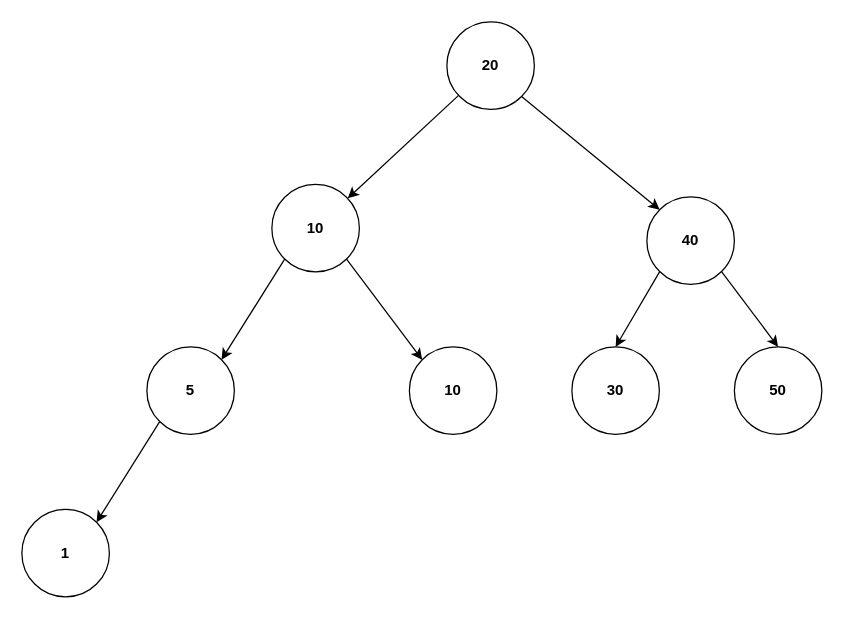
Above: PythonPrep/algoExpert/BST.drawio in kgicheha/CodingLeetcode (draw.io), before the change. Source tidied: cells renumbered, new cells numbered last; positions are measured from the earlier drawing's top-left corner, leaving out a move shared by most shapes. Both pictures are drawn from the tidied source at 125%, with x=0, y=0 at pixel (21, 21).
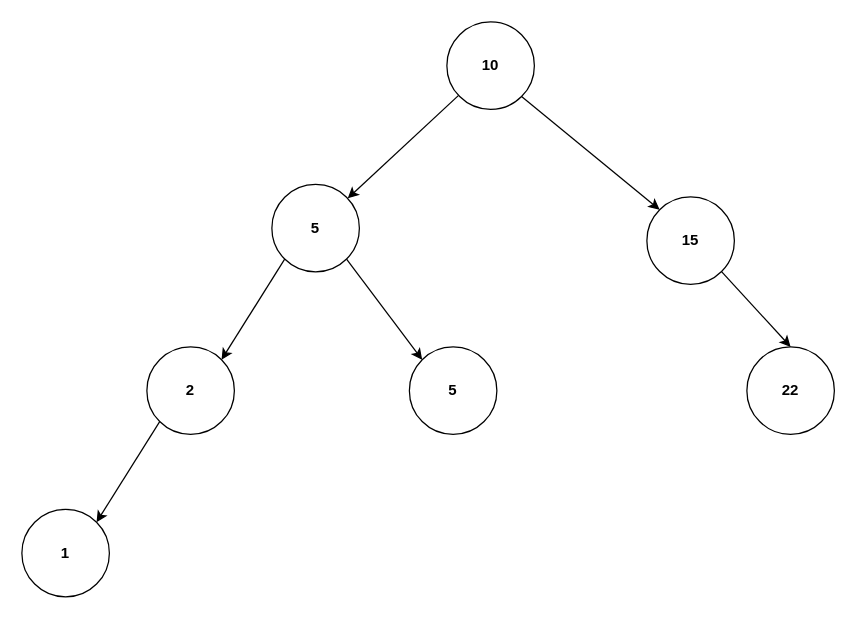
After the change.

What changed in the source:
```diff
@@
 <mxGraphModel>
   <root>
     <mxCell id="0" />
     <mxCell id="1" parent="0" />
     <mxCell id="2" style="edgeStyle=none;html=1;" parent="1" edge="1" source="4" target="7">
       <mxGeometry relative="1" as="geometry" />
     </mxCell>
     <mxCell id="3" style="edgeStyle=none;html=1;exitX=1;exitY=1;exitDx=0;exitDy=0;entryX=0;entryY=0;entryDx=0;entryDy=0;" parent="1" edge="1" source="4" target="14">
       <mxGeometry relative="1" as="geometry" />
     </mxCell>
-    <mxCell id="4" value="&lt;b&gt;20&lt;/b&gt;" style="ellipse;whiteSpace=wrap;html=1;" parent="1" vertex="1">
+    <mxCell id="4" value="&lt;b&gt;10&lt;/b&gt;" style="ellipse;whiteSpace=wrap;html=1;" parent="1" vertex="1">
       <mxGeometry x="340" width="70" height="70" as="geometry" />
     </mxCell>
     <mxCell id="5" style="edgeStyle=none;html=1;exitX=1;exitY=1;exitDx=0;exitDy=0;entryX=0;entryY=0;entryDx=0;entryDy=0;" parent="1" edge="1" source="7" target="8">
       <mxGeometry relative="1" as="geometry" />
     </mxCell>
     <mxCell id="6" style="edgeStyle=none;html=1;exitX=0;exitY=1;exitDx=0;exitDy=0;entryX=1;entryY=0;entryDx=0;entryDy=0;" parent="1" edge="1" source="7" target="10">
       <mxGeometry relative="1" as="geometry" />
     </mxCell>
-    <mxCell id="7" value="&lt;b&gt;10&lt;/b&gt;" style="ellipse;whiteSpace=wrap;html=1;" parent="1" vertex="1">
+    <mxCell id="7" value="&lt;b&gt;5&lt;/b&gt;" style="ellipse;whiteSpace=wrap;html=1;" parent="1" vertex="1">
       <mxGeometry x="200" y="130" width="70" height="70" as="geometry" />
     </mxCell>
-    <mxCell id="8" value="&lt;b&gt;10&lt;/b&gt;" style="ellipse;whiteSpace=wrap;html=1;" parent="1" vertex="1">
+    <mxCell id="8" value="&lt;b&gt;5&lt;/b&gt;" style="ellipse;whiteSpace=wrap;html=1;" parent="1" vertex="1">
       <mxGeometry x="310" y="260" width="70" height="70" as="geometry" />
     </mxCell>
     <mxCell id="9" style="edgeStyle=none;html=1;exitX=0;exitY=1;exitDx=0;exitDy=0;entryX=1;entryY=0;entryDx=0;entryDy=0;" parent="1" edge="1" source="10" target="11">
       <mxGeometry relative="1" as="geometry" />
     </mxCell>
-    <mxCell id="10" value="&lt;b&gt;5&lt;/b&gt;" style="ellipse;whiteSpace=wrap;html=1;" parent="1" vertex="1">
+    <mxCell id="10" value="&lt;b&gt;2&lt;/b&gt;" style="ellipse;whiteSpace=wrap;html=1;" parent="1" vertex="1">
       <mxGeometry x="100" y="260" width="70" height="70" as="geometry" />
     </mxCell>
     <mxCell id="11" value="&lt;b&gt;1&lt;/b&gt;" style="ellipse;whiteSpace=wrap;html=1;" parent="1" vertex="1">
       <mxGeometry y="390" width="70" height="70" as="geometry" />
     </mxCell>
-    <mxCell id="12" style="edgeStyle=none;html=1;exitX=0;exitY=1;exitDx=0;exitDy=0;entryX=0.5;entryY=0;entryDx=0;entryDy=0;" parent="1" edge="1" source="14" target="15">
-      <mxGeometry relative="1" as="geometry" />
-    </mxCell>
     <mxCell id="13" style="edgeStyle=none;html=1;exitX=1;exitY=1;exitDx=0;exitDy=0;entryX=0.5;entryY=0;entryDx=0;entryDy=0;" parent="1" edge="1" source="14" target="16">
       <mxGeometry relative="1" as="geometry" />
     </mxCell>
-    <mxCell id="14" value="&lt;b&gt;40&lt;/b&gt;" style="ellipse;whiteSpace=wrap;html=1;" parent="1" vertex="1">
+    <mxCell id="14" value="&lt;b&gt;15&lt;/b&gt;" style="ellipse;whiteSpace=wrap;html=1;" parent="1" vertex="1">
       <mxGeometry x="500" y="140" width="70" height="70" as="geometry" />
     </mxCell>
-    <mxCell id="15" value="&lt;b&gt;30&lt;/b&gt;" style="ellipse;whiteSpace=wrap;html=1;" parent="1" vertex="1">
-      <mxGeometry x="440" y="260" width="70" height="70" as="geometry" />
-    </mxCell>
-    <mxCell id="16" value="&lt;b&gt;50&lt;/b&gt;" style="ellipse;whiteSpace=wrap;html=1;" parent="1" vertex="1">
-      <mxGeometry x="570" y="260" width="70" height="70" as="geometry" />
+    <mxCell id="16" value="&lt;b&gt;22&lt;/b&gt;" style="ellipse;whiteSpace=wrap;html=1;" parent="1" vertex="1">
+      <mxGeometry x="580" y="260" width="70" height="70" as="geometry" />
     </mxCell>
   </root>
 </mxGraphModel>
```
